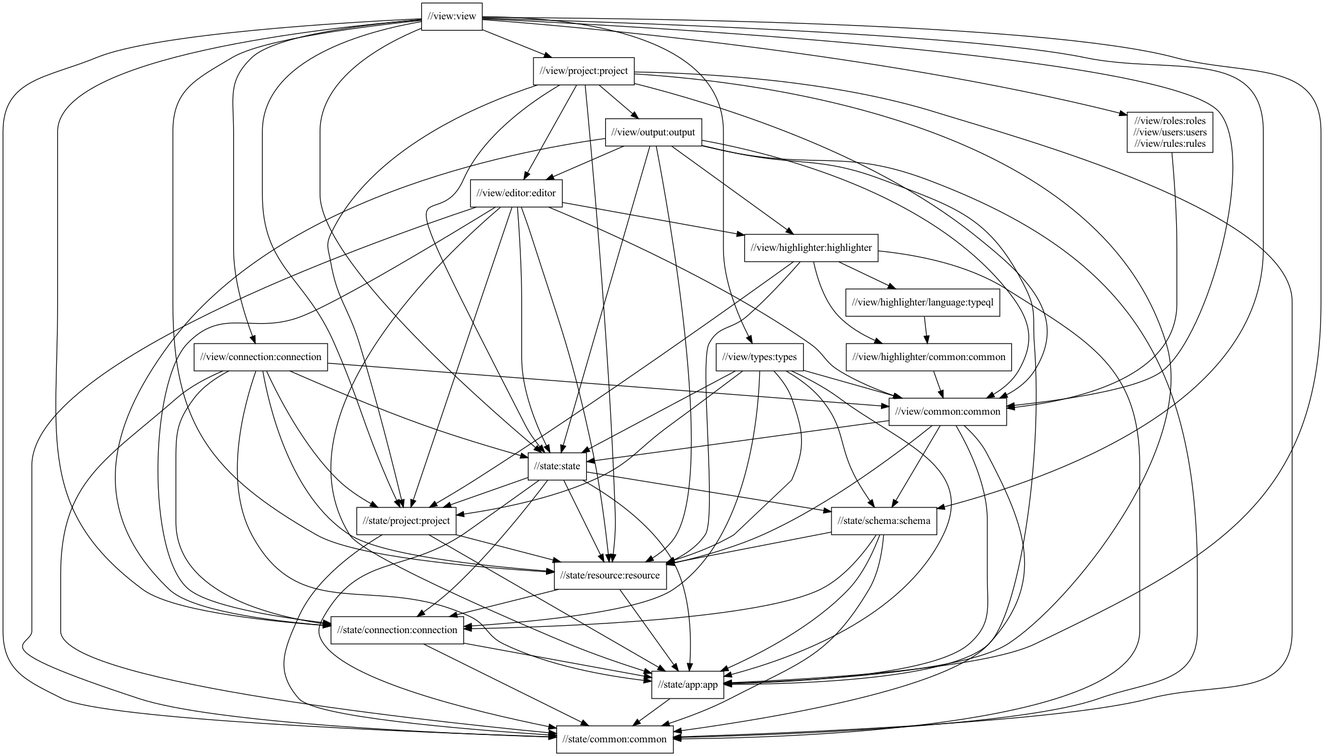
This is docs/global-package-structure.png from typedb/typedb-studio, a Graphviz export, as it was before one commit. Its source is kept beside it as docs/global-package-structure.dot.
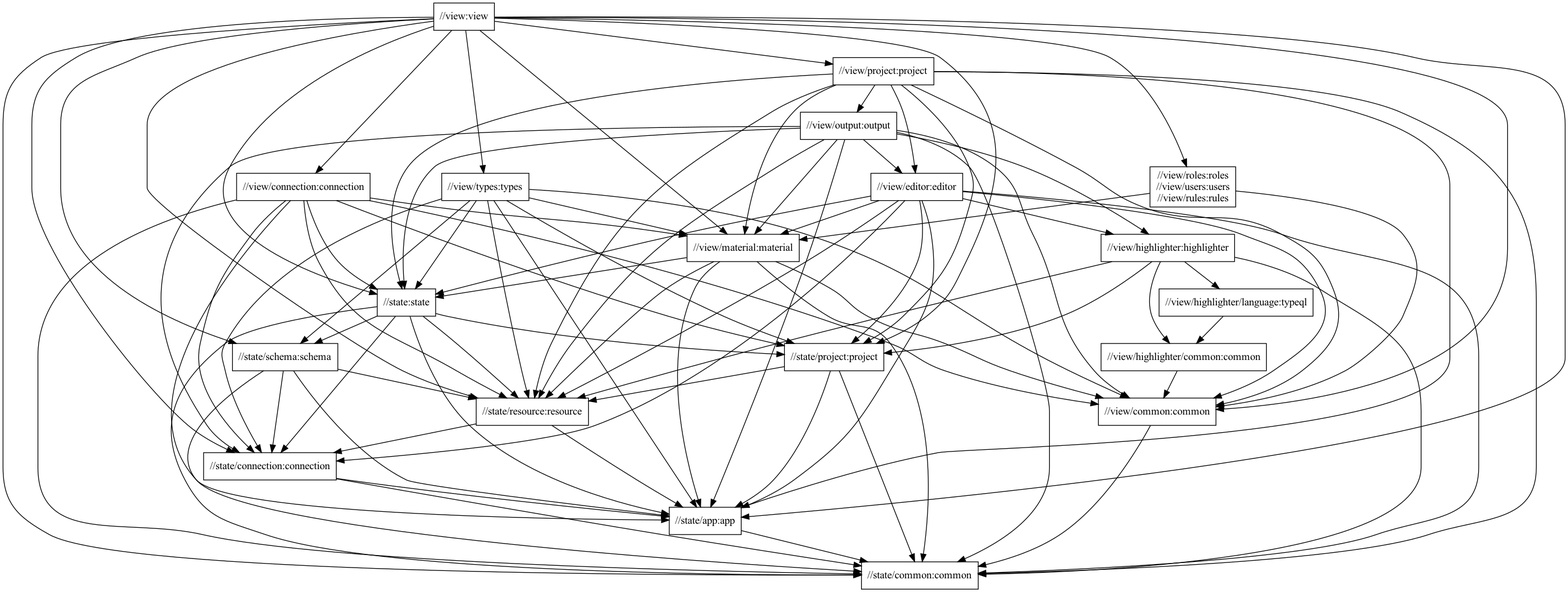
The same diagram one commit later.

The edit, as a diff of the source:
```diff
@@ -10,9 +10,31 @@
   "//view:view" -> "//state/schema:schema"
   "//view:view" -> "//view/common:common"
   "//view:view" -> "//view/connection:connection"
+  "//view:view" -> "//view/material:material"
   "//view:view" -> "//view/project:project"
   "//view:view" -> "//view/roles:roles\n//view/users:users\n//view/rules:rules"
   "//view:view" -> "//view/types:types"
+  "//view/connection:connection"
+  "//view/connection:connection" -> "//state:state"
+  "//view/connection:connection" -> "//state/app:app"
+  "//view/connection:connection" -> "//state/common:common"
+  "//view/connection:connection" -> "//state/connection:connection"
+  "//view/connection:connection" -> "//state/project:project"
+  "//view/connection:connection" -> "//state/resource:resource"
+  "//view/connection:connection" -> "//view/common:common"
+  "//view/connection:connection" -> "//view/material:material"
+  "//view/roles:roles\n//view/users:users\n//view/rules:rules"
+  "//view/roles:roles\n//view/users:users\n//view/rules:rules" -> "//view/common:common"
+  "//view/roles:roles\n//view/users:users\n//view/rules:rules" -> "//view/material:material"
+  "//view/types:types"
+  "//view/types:types" -> "//state:state"
+  "//view/types:types" -> "//state/app:app"
+  "//view/types:types" -> "//state/connection:connection"
+  "//view/types:types" -> "//state/project:project"
+  "//view/types:types" -> "//state/resource:resource"
+  "//view/types:types" -> "//state/schema:schema"
+  "//view/types:types" -> "//view/common:common"
+  "//view/types:types" -> "//view/material:material"
   "//view/project:project"
   "//view/project:project" -> "//state:state"
   "//view/project:project" -> "//state/app:app"
@@ -21,15 +43,8 @@
   "//view/project:project" -> "//state/resource:resource"
   "//view/project:project" -> "//view/common:common"
   "//view/project:project" -> "//view/editor:editor"
+  "//view/project:project" -> "//view/material:material"
   "//view/project:project" -> "//view/output:output"
-  "//view/connection:connection"
-  "//view/connection:connection" -> "//state:state"
-  "//view/connection:connection" -> "//state/app:app"
-  "//view/connection:connection" -> "//state/common:common"
-  "//view/connection:connection" -> "//state/connection:connection"
-  "//view/connection:connection" -> "//state/project:project"
-  "//view/connection:connection" -> "//state/resource:resource"
-  "//view/connection:connection" -> "//view/common:common"
   "//view/output:output"
   "//view/output:output" -> "//state:state"
   "//view/output:output" -> "//state/app:app"
@@ -39,6 +54,7 @@
   "//view/output:output" -> "//view/common:common"
   "//view/output:output" -> "//view/editor:editor"
   "//view/output:output" -> "//view/highlighter:highlighter"
+  "//view/output:output" -> "//view/material:material"
   "//view/editor:editor"
   "//view/editor:editor" -> "//state:state"
   "//view/editor:editor" -> "//state/app:app"
@@ -48,32 +64,19 @@
   "//view/editor:editor" -> "//state/resource:resource"
   "//view/editor:editor" -> "//view/common:common"
   "//view/editor:editor" -> "//view/highlighter:highlighter"
+  "//view/editor:editor" -> "//view/material:material"
+  "//view/material:material"
+  "//view/material:material" -> "//state:state"
+  "//view/material:material" -> "//state/app:app"
+  "//view/material:material" -> "//state/common:common"
+  "//view/material:material" -> "//state/resource:resource"
+  "//view/material:material" -> "//view/common:common"
   "//view/highlighter:highlighter"
   "//view/highlighter:highlighter" -> "//state/common:common"
   "//view/highlighter:highlighter" -> "//state/project:project"
   "//view/highlighter:highlighter" -> "//state/resource:resource"
   "//view/highlighter:highlighter" -> "//view/highlighter/common:common"
   "//view/highlighter:highlighter" -> "//view/highlighter/language:typeql"
-  "//view/highlighter/language:typeql"
-  "//view/highlighter/language:typeql" -> "//view/highlighter/common:common"
-  "//view/highlighter/common:common"
-  "//view/highlighter/common:common" -> "//view/common:common"
-  "//view/roles:roles\n//view/users:users\n//view/rules:rules"
-  "//view/roles:roles\n//view/users:users\n//view/rules:rules" -> "//view/common:common"
-  "//view/types:types"
-  "//view/types:types" -> "//state:state"
-  "//view/types:types" -> "//state/app:app"
-  "//view/types:types" -> "//state/connection:connection"
-  "//view/types:types" -> "//state/project:project"
-  "//view/types:types" -> "//state/resource:resource"
-  "//view/types:types" -> "//state/schema:schema"
-  "//view/types:types" -> "//view/common:common"
-  "//view/common:common"
-  "//view/common:common" -> "//state/resource:resource"
-  "//view/common:common" -> "//state/schema:schema"
-  "//view/common:common" -> "//state/common:common"
-  "//view/common:common" -> "//state:state"
-  "//view/common:common" -> "//state/app:app"
   "//state:state"
   "//state:state" -> "//state/app:app"
   "//state:state" -> "//state/common:common"
@@ -81,15 +84,15 @@
   "//state:state" -> "//state/project:project"
   "//state:state" -> "//state/resource:resource"
   "//state:state" -> "//state/schema:schema"
-  "//state/project:project"
-  "//state/project:project" -> "//state/app:app"
-  "//state/project:project" -> "//state/common:common"
-  "//state/project:project" -> "//state/resource:resource"
   "//state/schema:schema"
   "//state/schema:schema" -> "//state/app:app"
   "//state/schema:schema" -> "//state/common:common"
   "//state/schema:schema" -> "//state/connection:connection"
   "//state/schema:schema" -> "//state/resource:resource"
+  "//state/project:project"
+  "//state/project:project" -> "//state/app:app"
+  "//state/project:project" -> "//state/common:common"
+  "//state/project:project" -> "//state/resource:resource"
   "//state/resource:resource"
   "//state/resource:resource" -> "//state/app:app"
   "//state/resource:resource" -> "//state/connection:connection"
@@ -98,5 +101,11 @@
   "//state/connection:connection" -> "//state/common:common"
   "//state/app:app"
   "//state/app:app" -> "//state/common:common"
+  "//view/highlighter/language:typeql"
+  "//view/highlighter/language:typeql" -> "//view/highlighter/common:common"
+  "//view/highlighter/common:common"
+  "//view/highlighter/common:common" -> "//view/common:common"
+  "//view/common:common"
+  "//view/common:common" -> "//state/common:common"
   "//state/common:common"
 }
```
